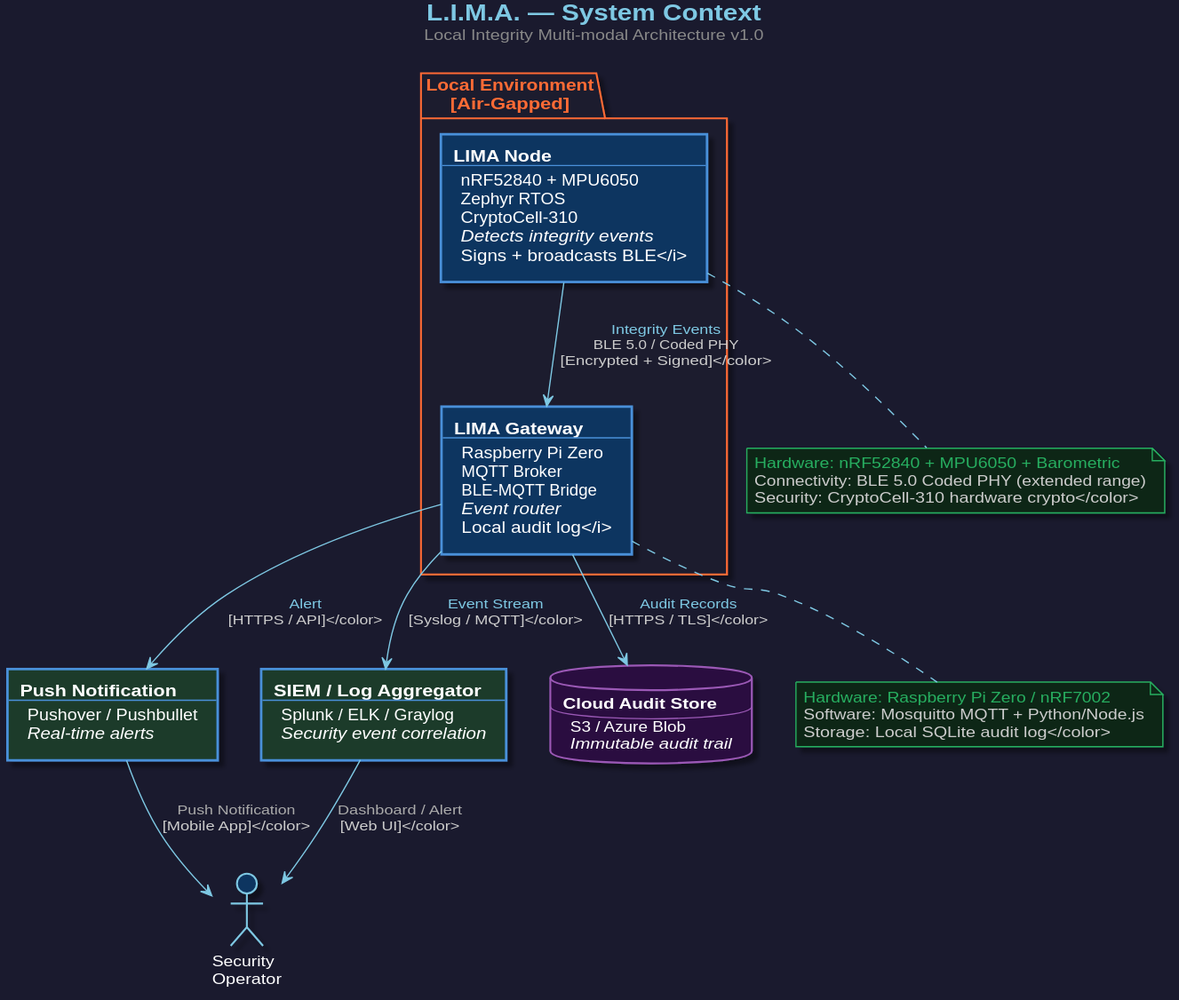
This is docs/architecture/context.svg from jknoxdev/lima-node, a PlantUML export, as it was before one commit.
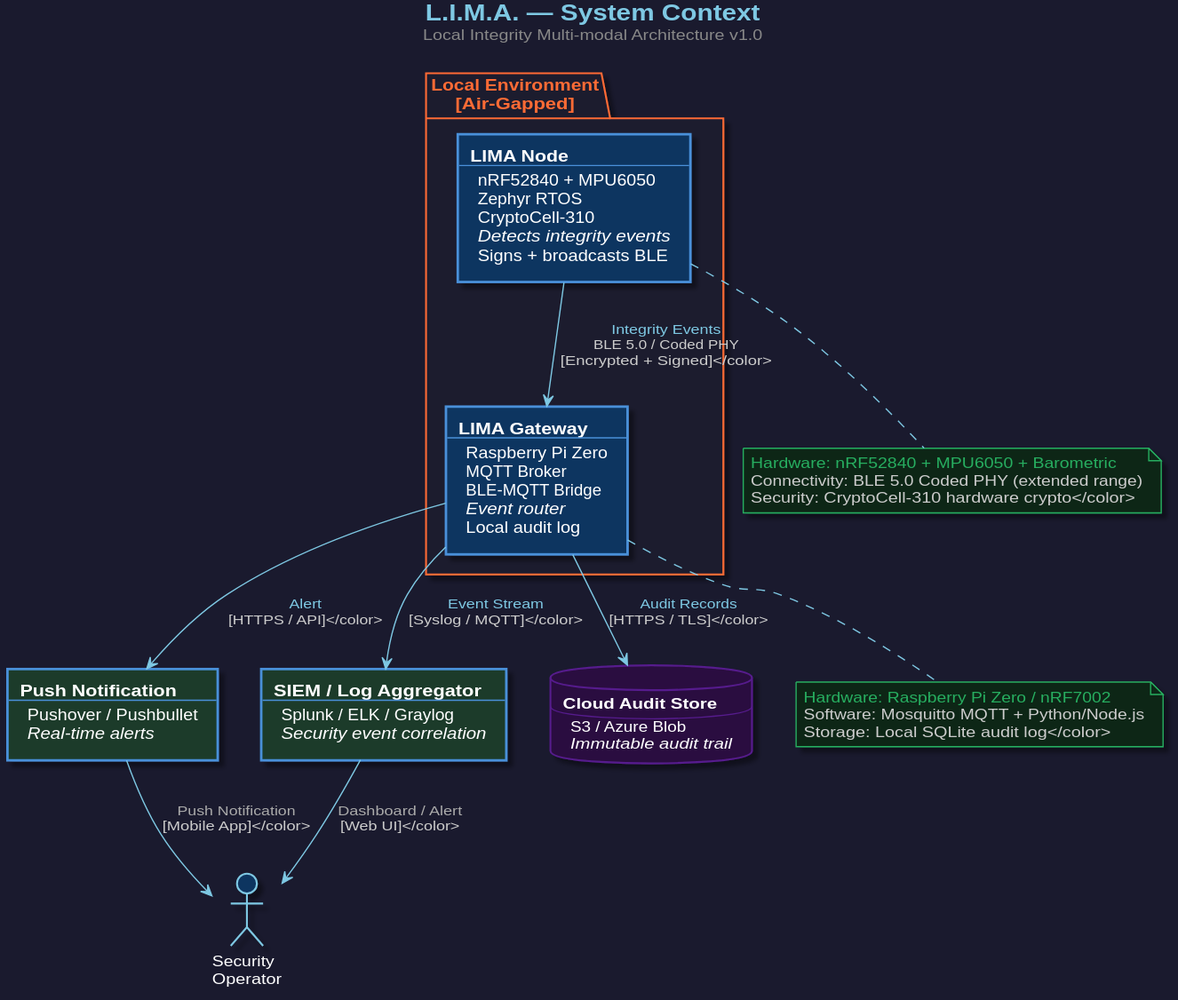
After the change.

Commit message:
ci: auto-render PlantUML diagrams [skip ci]

Change to the diagram source:
```diff
@@ -22,7 +22,7 @@
     ActorBorderColor #7EC8E3
     ActorBackgroundColor #0f3460
     ActorFontColor #FFFFFF
-    DatabaseBorderColor #9B59B6
+    DatabaseBorderColor #561b8d
     DatabaseBackgroundColor #2C0E3F
     DatabaseFontColor #FFFFFF
     NoteBorderColor #27AE60
@@ -35,13 +35,13 @@
 actor "Security\nOperator" as operator #0f3460
 
 package "Local Environment\n[Air-Gapped]" as local {
-    rectangle "<b>LIMA Node</b>\n--\nnRF52840 + MPU6050\nZephyr RTOS\nCryptoCell-310\n<i>Detects integrity events\nSigns + broadcasts BLE</i>" as node #0f3460
-    rectangle "<b>LIMA Gateway</b>\n--\nRaspberry Pi Zero\nMQTT Broker\nBLE-MQTT Bridge\n<i>Event router\nLocal audit log</i>" as gateway #0f3460
+    rectangle "<b>LIMA Node</b>\n--\nnRF52840 + MPU6050\nZephyr RTOS\nCryptoCell-310\n<i>Detects integrity events\nSigns + broadcasts BLE" as node #0f3460
+    rectangle "<b>LIMA Gateway</b>\n--\nRaspberry Pi Zero\nMQTT Broker\nBLE-MQTT Bridge\n<i>Event router\nLocal audit log" as gateway #0f3460
 }
 
-rectangle "<b>Push Notification</b>\n--\nPushover / Pushbullet\n<i>Real-time alerts</i>" as push #1a3a2a
-rectangle "<b>SIEM / Log Aggregator</b>\n--\nSplunk / ELK / Graylog\n<i>Security event correlation</i>" as siem #1a3a2a
-database "<b>Cloud Audit Store</b>\n--\nS3 / Azure Blob\n<i>Immutable audit trail</i>" as cloud #2C0E3F
+rectangle "<b>Push Notification</b>\n--\nPushover / Pushbullet\n<i>Real-time alerts" as push #1a3a2a
+rectangle "<b>SIEM / Log Aggregator</b>\n--\nSplunk / ELK / Graylog\n<i>Security event correlation" as siem #1a3a2a
+database "<b>Cloud Audit Store</b>\n--\nS3 / Azure Blob\n<i>Immutable audit trail" as cloud #2C0E3F
 
 node --> gateway : <color:#7EC8E3>Integrity Events\nBLE 5.0 / Coded PHY\n[Encrypted + Signed]</color>
 gateway --> push : <color:#7EC8E3>Alert\n[HTTPS / API]</color>
```
